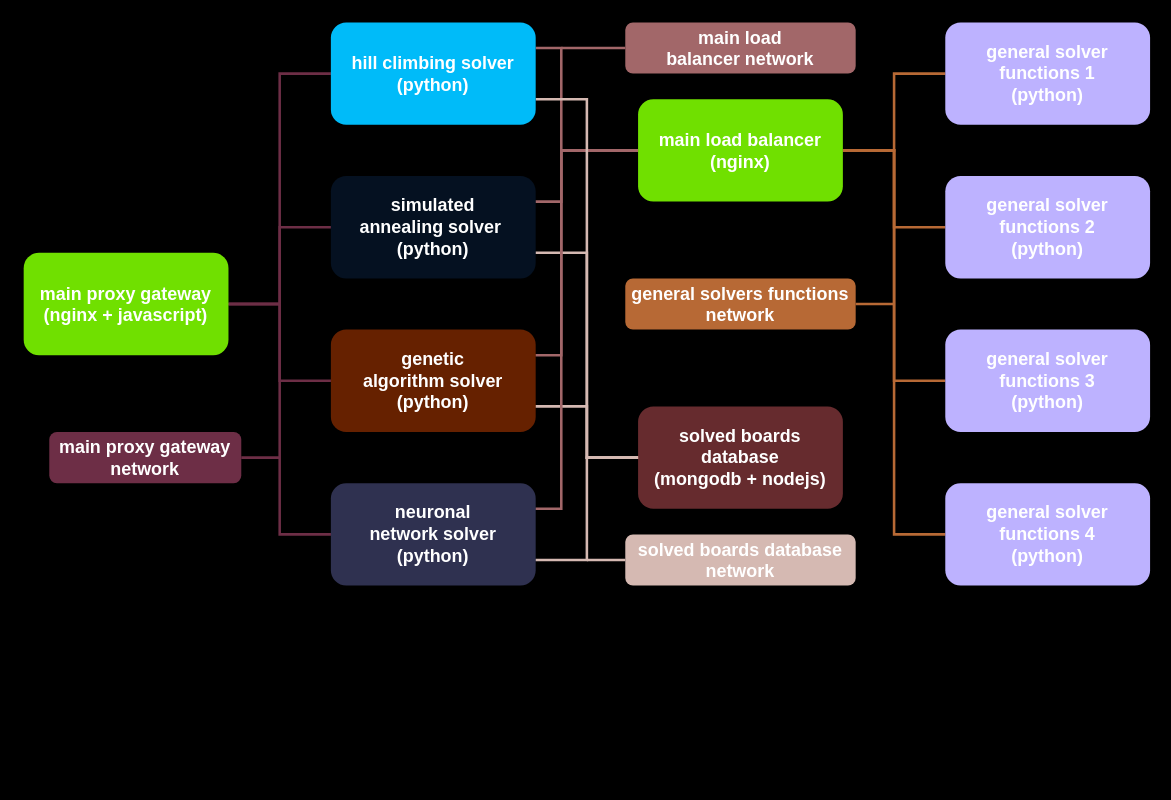
Above: images/sudoku_solver.drawio in joseesco24/sudoku_solver (draw.io), before the change. Source tidied: cells renumbered, new cells numbered last; positions are measured from the earlier drawing's top-left corner, leaving out a move shared by most shapes. Both pictures are drawn from the tidied source at 128%, with x=0, y=0 at pixel (23, 22).
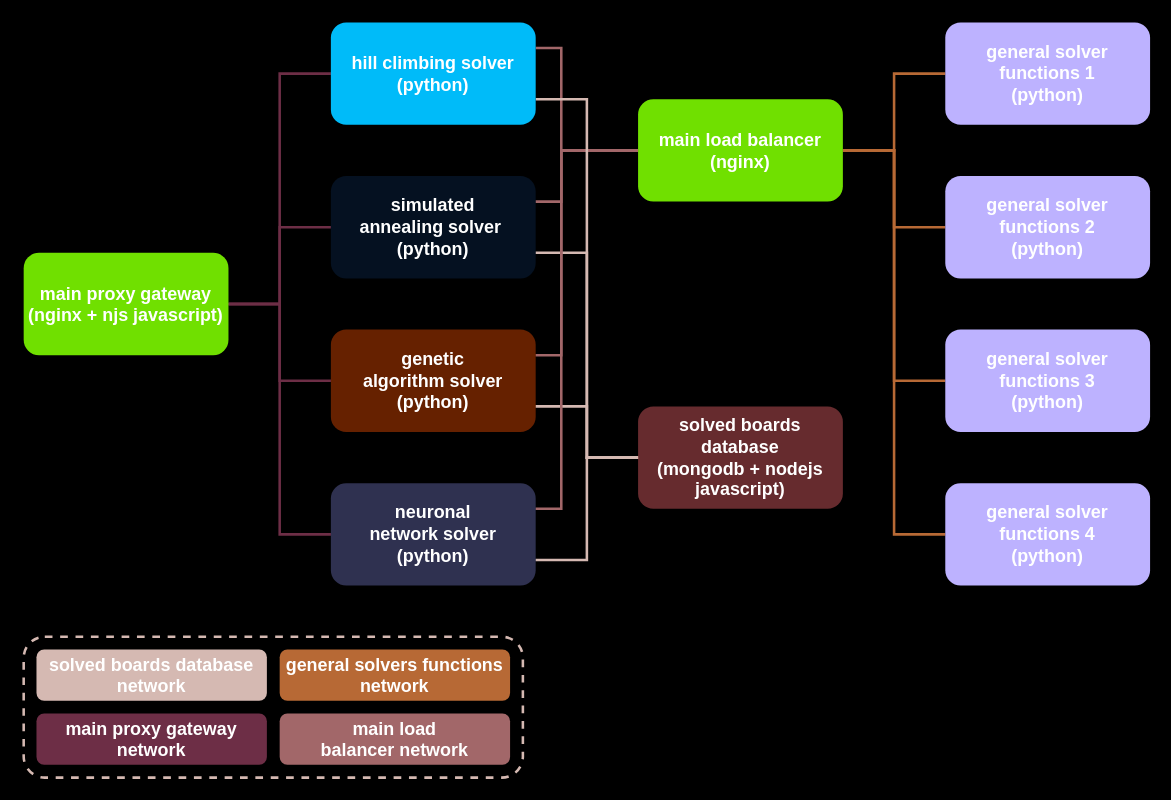
The same diagram, later.

Commit message (it also covers changes not shown here):
se hicieron correcciones menores en los esquemas

What changed in the source:
```diff
@@
-    <mxCell id="6" value="&lt;b&gt;&lt;font color=&quot;#ffffff&quot; style=&quot;font-size: 14px&quot;&gt;main proxy gateway&lt;br&gt;(nginx + javascript)&lt;br&gt;&lt;/font&gt;&lt;/b&gt;" style="rounded=1;whiteSpace=wrap;html=1;strokeWidth=2;strokeColor=none;fillColor=#70e000;" parent="1" vertex="1">
+    <mxCell id="6" value="&lt;b&gt;&lt;font color=&quot;#ffffff&quot; style=&quot;font-size: 14px&quot;&gt;main proxy gateway&lt;br&gt;(nginx + njs javascript)&lt;br&gt;&lt;/font&gt;&lt;/b&gt;" style="rounded=1;whiteSpace=wrap;html=1;strokeWidth=2;strokeColor=none;fillColor=#70e000;" parent="1" vertex="1">
       <mxGeometry y="180" width="160" height="80" as="geometry" />
     </mxCell>
@@
-    <mxCell id="24" value="&lt;font color=&quot;#ffffff&quot;&gt;&lt;span style=&quot;font-size: 14px&quot;&gt;&lt;b&gt;solved boards database &lt;br&gt;(mongodb + nodejs)&lt;/b&gt;&lt;/span&gt;&lt;/font&gt;" style="rounded=1;whiteSpace=wrap;html=1;strokeWidth=2;strokeColor=none;glass=0;shadow=0;sketch=0;fillColor=#fe6d73;opacity=40;" parent="1" vertex="1">
+    <mxCell id="24" value="&lt;font color=&quot;#ffffff&quot;&gt;&lt;span style=&quot;font-size: 14px&quot;&gt;&lt;b&gt;solved boards database &lt;br&gt;(mongodb + nodejs javascript)&lt;/b&gt;&lt;/span&gt;&lt;/font&gt;" style="rounded=1;whiteSpace=wrap;html=1;strokeWidth=2;strokeColor=none;glass=0;shadow=0;sketch=0;fillColor=#fe6d73;opacity=40;" parent="1" vertex="1">
       <mxGeometry x="480" y="300" width="160" height="80" as="geometry" />
     </mxCell>
@@
-    <mxCell id="29" style="edgeStyle=orthogonalEdgeStyle;rounded=0;jettySize=auto;html=1;exitX=1;exitY=0.5;exitDx=0;exitDy=0;fontColor=#FFFFFF;endArrow=none;endFill=0;strokeWidth=2;strokeColor=#6D2E46;" parent="1" edge="1" source="30">
-      <mxGeometry relative="1" as="geometry">
-        <mxPoint x="200" y="340" as="targetPoint" />
-      </mxGeometry>
-    </mxCell>
     <mxCell id="30" value="&lt;b&gt;&lt;font style=&quot;font-size: 14px&quot;&gt;main proxy gateway network&lt;/font&gt;&lt;/b&gt;" style="text;html=1;strokeColor=none;align=center;verticalAlign=middle;whiteSpace=wrap;rounded=1;shadow=0;glass=0;sketch=0;fontColor=#FFFFFF;fillColor=#6D2E46;" parent="1" vertex="1">
-      <mxGeometry x="20" y="320" width="150" height="40" as="geometry" />
+      <mxGeometry x="10" y="540" width="180" height="40" as="geometry" />
     </mxCell>
-    <mxCell id="31" style="edgeStyle=orthogonalEdgeStyle;rounded=0;jettySize=auto;html=1;exitX=0;exitY=0.5;exitDx=0;exitDy=0;fontColor=#FFFFFF;endArrow=none;endFill=0;strokeWidth=2;strokeColor=#D5B9B2;" parent="1" edge="1" source="32">
-      <mxGeometry relative="1" as="geometry">
-        <mxPoint x="440" y="420" as="targetPoint" />
-      </mxGeometry>
-    </mxCell>
     <mxCell id="32" value="&lt;font&gt;&lt;span style=&quot;font-size: 14px&quot;&gt;&lt;b&gt;solved boards database network&lt;/b&gt;&lt;/span&gt;&lt;/font&gt;" style="text;html=1;strokeColor=none;align=center;verticalAlign=middle;whiteSpace=wrap;rounded=1;shadow=0;glass=0;sketch=0;fontColor=#FFFFFF;fillColor=#D5B9B2;" parent="1" vertex="1">
-      <mxGeometry x="470" y="400" width="180" height="40" as="geometry" />
+      <mxGeometry x="10" y="490" width="180" height="40" as="geometry" />
     </mxCell>
-    <mxCell id="33" style="edgeStyle=orthogonalEdgeStyle;rounded=0;jettySize=auto;html=1;exitX=0;exitY=0.5;exitDx=0;exitDy=0;fontColor=#FFFFFF;endArrow=none;endFill=0;strokeWidth=2;strokeColor=#A26769;" parent="1" edge="1" source="34">
-      <mxGeometry relative="1" as="geometry">
-        <mxPoint x="420" y="20" as="targetPoint" />
-      </mxGeometry>
-    </mxCell>
     <mxCell id="34" value="&lt;font&gt;&lt;span style=&quot;font-size: 14px&quot;&gt;&lt;b&gt;main load balancer&amp;nbsp;network&lt;/b&gt;&lt;/span&gt;&lt;/font&gt;" style="text;html=1;strokeColor=none;align=center;verticalAlign=middle;whiteSpace=wrap;rounded=1;shadow=0;glass=0;sketch=0;fontColor=#FFFFFF;fillColor=#A26769;" parent="1" vertex="1">
-      <mxGeometry x="470" width="180" height="40" as="geometry" />
+      <mxGeometry x="200" y="540" width="180" height="40" as="geometry" />
     </mxCell>
-    <mxCell id="35" style="edgeStyle=orthogonalEdgeStyle;rounded=0;jettySize=auto;html=1;exitX=1;exitY=0.5;exitDx=0;exitDy=0;fontColor=#FFFFFF;endArrow=none;endFill=0;strokeColor=#b76935;strokeWidth=2;" parent="1" edge="1" source="36">
-      <mxGeometry relative="1" as="geometry">
-        <mxPoint x="680" y="220" as="targetPoint" />
-      </mxGeometry>
-    </mxCell>
     <mxCell id="36" value="&lt;span style=&quot;font-size: 14px&quot;&gt;&lt;b&gt;general solvers functions network&lt;/b&gt;&lt;/span&gt;" style="text;html=1;strokeColor=none;align=center;verticalAlign=middle;whiteSpace=wrap;rounded=1;shadow=0;glass=0;sketch=0;fontColor=#FFFFFF;fillColor=#B76935;" parent="1" vertex="1">
-      <mxGeometry x="470" y="200" width="180" height="40" as="geometry" />
+      <mxGeometry x="200" y="490" width="180" height="40" as="geometry" />
     </mxCell>
+    <mxCell id="37" style="rounded=1;whiteSpace=wrap;html=1;fillColor=none;strokeWidth=2;strokeColor=#D5B9B2;dashed=1;" parent="1" vertex="1">
+      <mxGeometry y="480" width="390" height="110" as="geometry" />
+    </mxCell>
```
